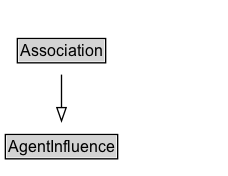
Earlier version of the Graphviz export docs/diagrams/Association.dot.png (k-vaughn/ontology-import-prov). Its source is kept beside it as docs/diagrams/Association.dot. Its diagram source:
```dot
digraph {
	graph [overlap=false rankdir=TB splines=true]
	node [fontname=Arial fontsize=12 margin=0 shape=none]
	edge [fontname=Arial fontsize=11]
	Association [label=<<TABLE BORDER="1" CELLBORDER="0" CELLSPACING="0" CELLPADDING="1"><TR><TD BGCOLOR="lightgray" ALIGN="CENTER">Association</TD></TR></TABLE>> URL="../Association" margin=0]
	{
		rank=max
	}
	subgraph cluster_associated {
		label="" style=invis
		Invis [label=<<TABLE BORDER="0" CELLBORDER="0" CELLSPACING="0" CELLPADDING="1"><TR><TD></TD></TR></TABLE>> margin=0 style=invis]
	}
	AgentInfluence [label=<<TABLE BORDER="1" CELLBORDER="0" CELLSPACING="0" CELLPADDING="1"><TR><TD BGCOLOR="lightgray" ALIGN="CENTER">AgentInfluence</TD></TR></TABLE>> URL="../AgentInfluence" margin=0]
	Association -> AgentInfluence [arrowhead=onormal style=solid]
}
```
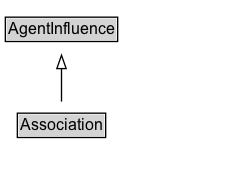
After the change.

Change to the diagram source:
```diff
@@ -2,6 +2,10 @@
 	graph [overlap=false rankdir=TB splines=true]
 	node [fontname=Arial fontsize=12 margin=0 shape=none]
 	edge [fontname=Arial fontsize=11]
+	{
+		rank=source
+		AgentInfluence [label=<<TABLE BORDER="1" CELLBORDER="0" CELLSPACING="0" CELLPADDING="1"><TR><TD BGCOLOR="lightgray" ALIGN="CENTER">AgentInfluence</TD></TR></TABLE>> URL="../AgentInfluence" margin=0]
+	}
 	Association [label=<<TABLE BORDER="1" CELLBORDER="0" CELLSPACING="0" CELLPADDING="1"><TR><TD BGCOLOR="lightgray" ALIGN="CENTER">Association</TD></TR></TABLE>> URL="../Association" margin=0]
 	{
 		rank=max
@@ -10,6 +14,5 @@
 		label="" style=invis
 		Invis [label=<<TABLE BORDER="0" CELLBORDER="0" CELLSPACING="0" CELLPADDING="1"><TR><TD></TD></TR></TABLE>> margin=0 style=invis]
 	}
-	AgentInfluence [label=<<TABLE BORDER="1" CELLBORDER="0" CELLSPACING="0" CELLPADDING="1"><TR><TD BGCOLOR="lightgray" ALIGN="CENTER">AgentInfluence</TD></TR></TABLE>> URL="../AgentInfluence" margin=0]
 	Association -> AgentInfluence [arrowhead=onormal style=solid]
 }
```
